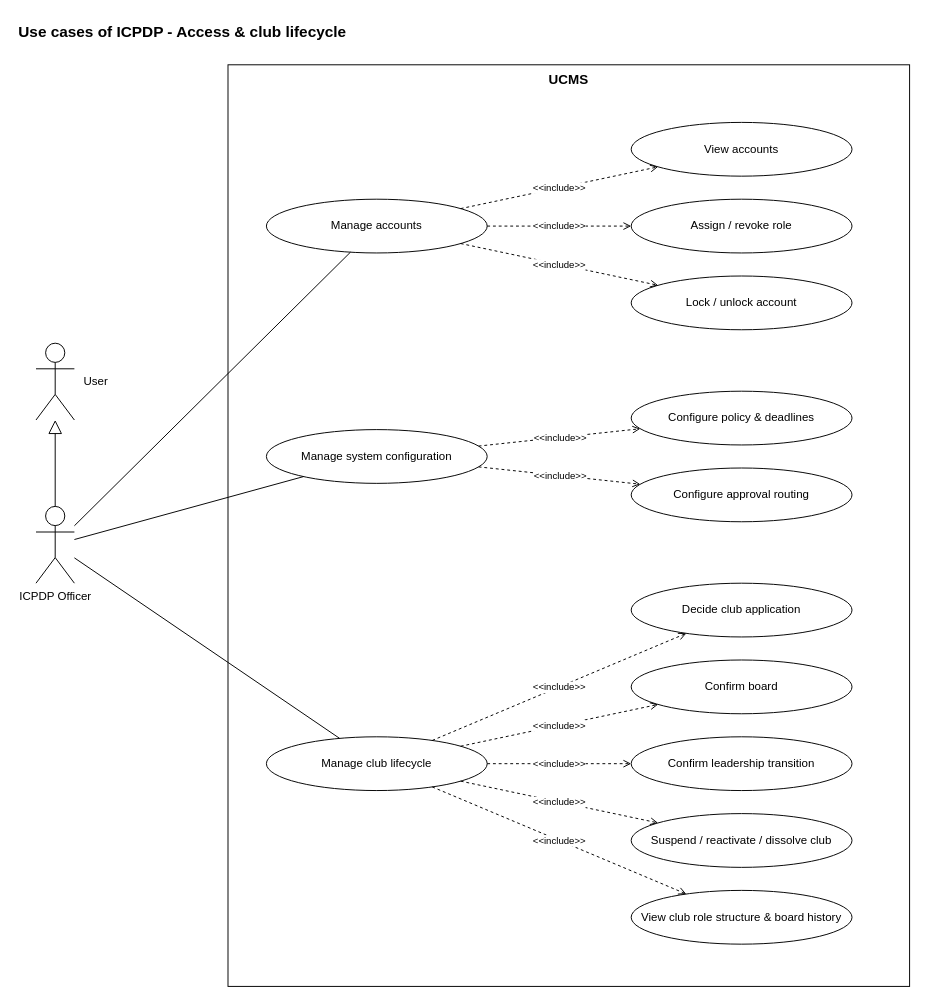
Earlier version of the draw.io diagram page "ICPDP 1 - Access & club lifecycle" (7 of 9) of docs/03-diagrams/UCMS_UseCase_ByActor.drawio (nvdekay/ClubManagementSystem). Source tidied: cells renumbered, new cells numbered last; positions are measured from the earlier drawing's top-left corner, leaving out a move shared by most shapes. Both pictures are drawn from the tidied source at 96%, with x=0, y=0 at pixel (16, 16).
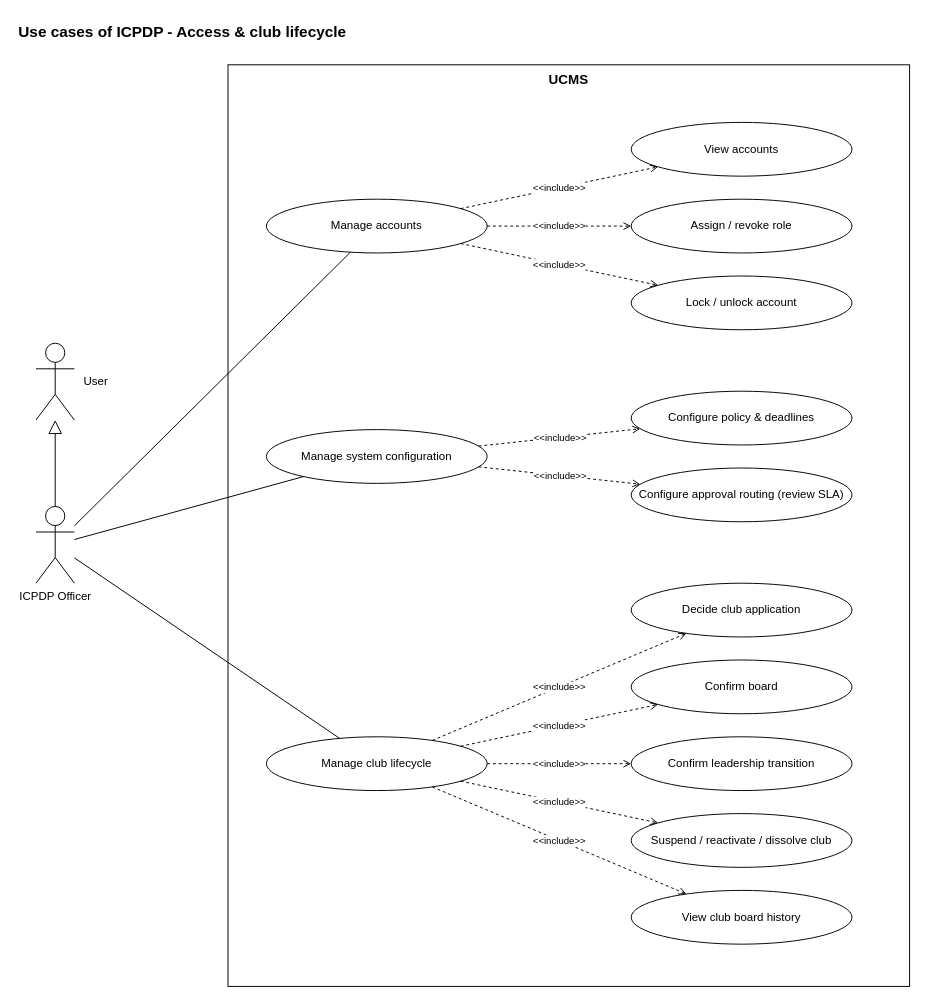
The same page after the edit.

What changed in the source:
```diff
@@
-    <mxCell id="19" value="Configure approval routing" style="ellipse;whiteSpace=wrap;html=1;fillColor=#ffffff;strokeColor=#000000;fontSize=12;" parent="1" vertex="1">
+    <mxCell id="19" value="Configure approval routing (review SLA)" style="ellipse;whiteSpace=wrap;html=1;fillColor=#ffffff;strokeColor=#000000;fontSize=12;" parent="1" vertex="1">
       <mxGeometry x="640" y="470" width="230" height="56" as="geometry" />
     </mxCell>
@@
-    <mxCell id="31" value="View club role structure &amp; board history" style="ellipse;whiteSpace=wrap;html=1;fillColor=#ffffff;strokeColor=#000000;fontSize=12;" parent="1" vertex="1">
+    <mxCell id="31" value="View club board history" style="ellipse;whiteSpace=wrap;html=1;fillColor=#ffffff;strokeColor=#000000;fontSize=12;" parent="1" vertex="1">
       <mxGeometry x="640" y="910" width="230" height="56" as="geometry" />
     </mxCell>
```
